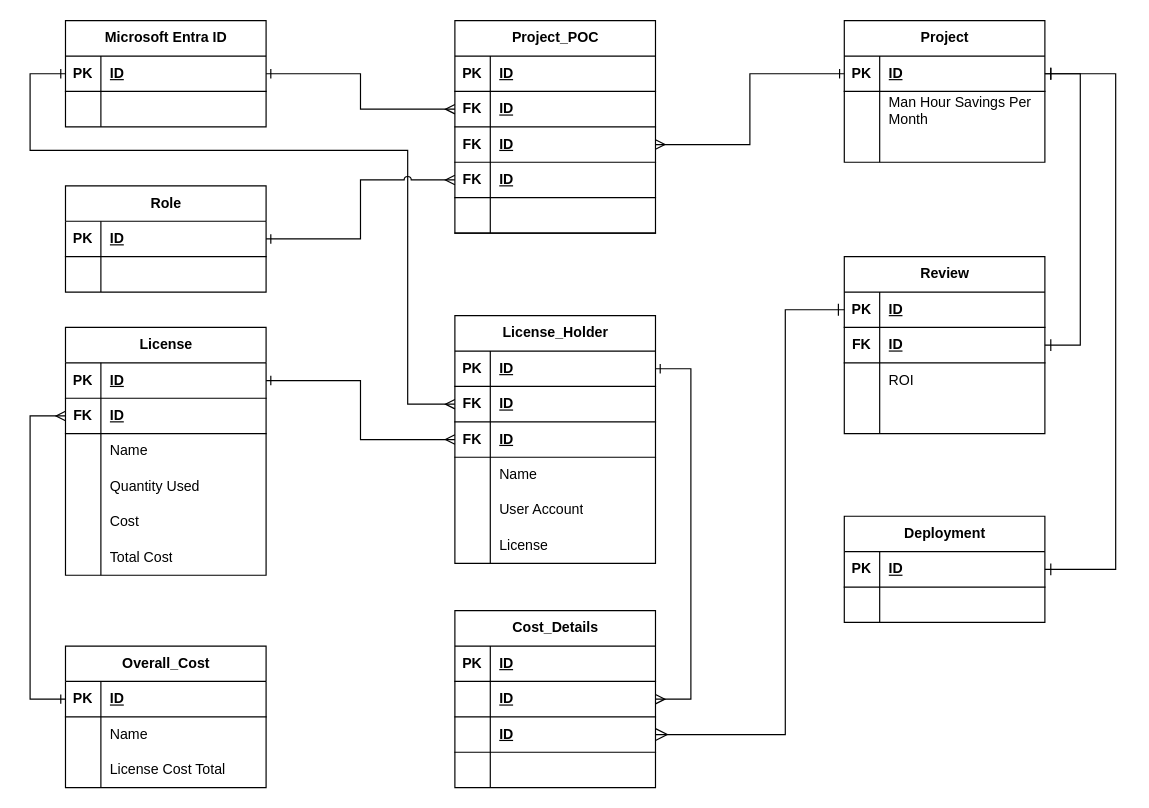
josjreyes/ProjectIntake keeps this draw.io diagram as page "Option-3y" (1 of 2) of erd-projint-01.drawio. Above is the earlier version. Source tidied: cells renumbered, new cells numbered last; positions are measured from the earlier drawing's top-left corner, leaving out a move shared by most shapes. Both pictures are drawn from the tidied source at 118%, with x=0, y=0 at pixel (30, 20).
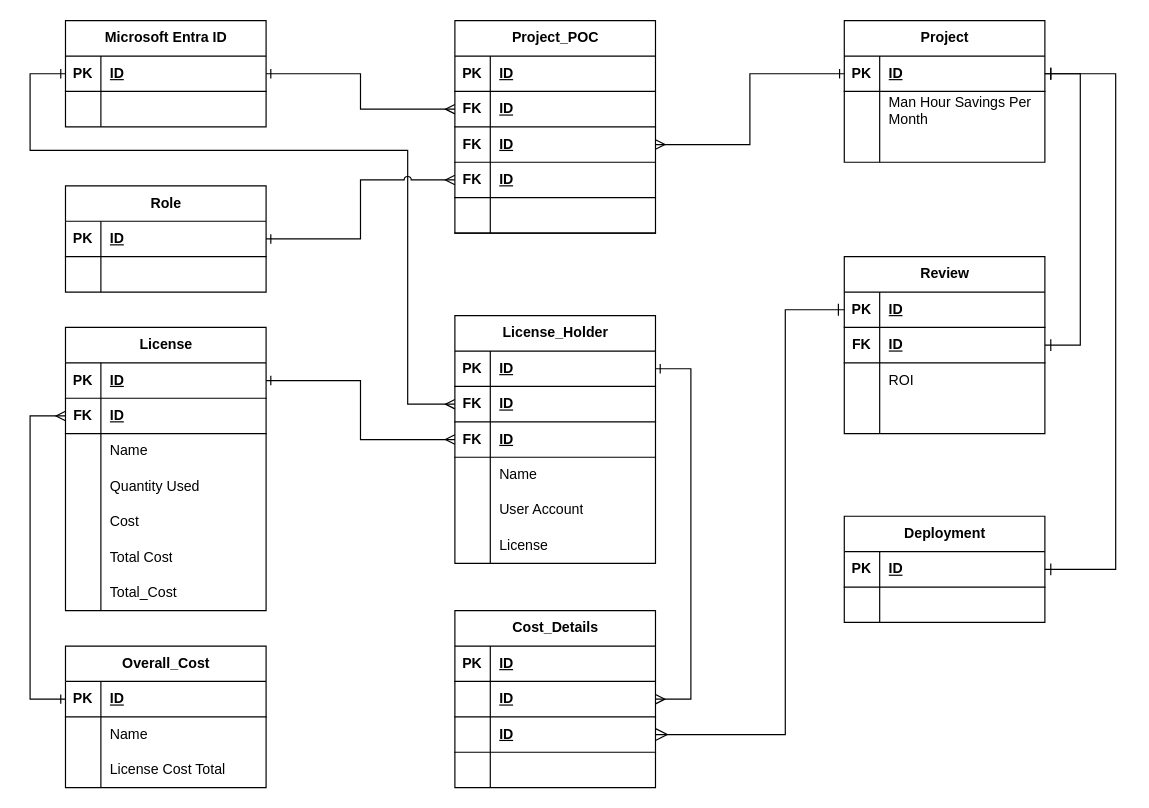
The same page after the edit.

Diff of the diagram source:
```diff
@@
     <mxCell id="12" value="License" style="shape=table;startSize=30;childLayout=tableLayout;rowLines=0;fontStyle=1;align=center;html=1;" parent="1" vertex="1">
-      <mxGeometry x="30" y="260" width="170" height="210" as="geometry" />
+      <mxGeometry x="30" y="260" width="170" height="240" as="geometry" />
     </mxCell>
@@
+    <mxCell id="133" style="shape=tableRow;horizontal=0;startSize=0;swimlaneHead=0;swimlaneBody=0;fillColor=none;top=0;left=0;right=0;bottom=0;" parent="12" vertex="1">
+      <mxGeometry y="210" width="170" height="30" as="geometry" />
+    </mxCell>
+    <mxCell id="134" style="shape=partialRectangle;fillColor=none;top=0;left=0;bottom=0;right=0;overflow=hidden;whiteSpace=wrap;html=1;" parent="133" vertex="1">
+      <mxGeometry width="30" height="30" as="geometry" />
+    </mxCell>
+    <mxCell id="135" value="Total_Cost" style="shape=partialRectangle;fillColor=none;top=0;left=0;bottom=0;right=0;align=left;spacingLeft=6;overflow=hidden;whiteSpace=wrap;html=1;" parent="133" vertex="1">
+      <mxGeometry x="30" width="140" height="30" as="geometry" />
+    </mxCell>
```
